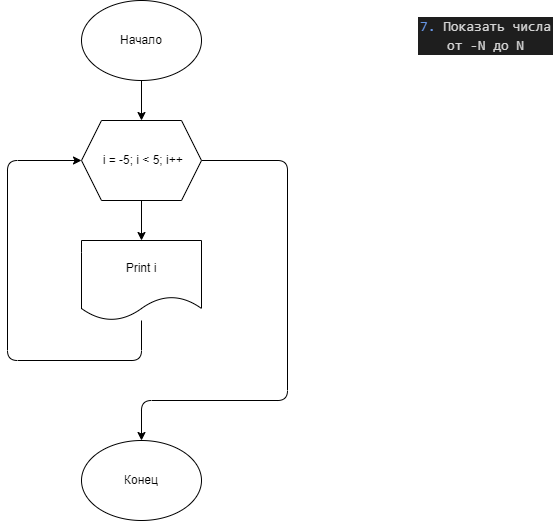
Earlier version of the draw.io export Tasks/Ex007/diagramma.drawio.png (dvmax1984/Csharp25022023). Source tidied: cells renumbered, new cells last; positions are measured from the earlier drawing's top-left corner, leaving out a move shared by most shapes.
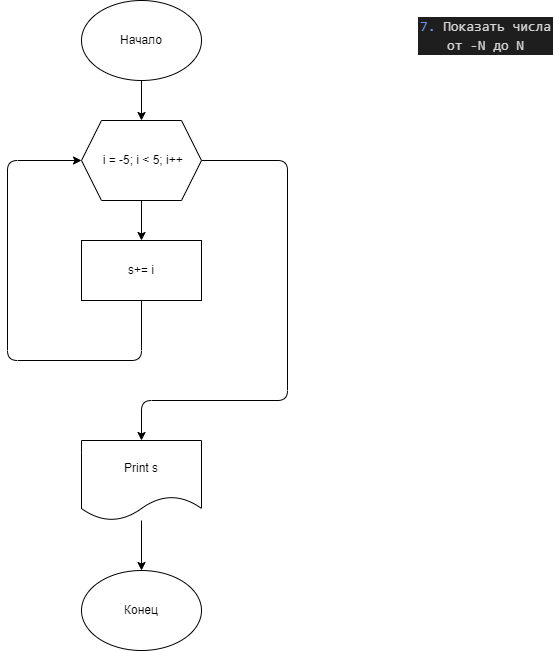
After the commit.

The edit, as a diff of the source:
```diff
@@ -11,35 +11,41 @@
     <mxCell id="4" value="Начало" style="ellipse;whiteSpace=wrap;html=1;" parent="1" vertex="1">
       <mxGeometry x="74" width="120" height="80" as="geometry" />
     </mxCell>
+    <mxCell id="11" style="edgeStyle=none;html=1;" parent="1" edge="1" source="7" target="6">
+      <mxGeometry relative="1" as="geometry" />
+    </mxCell>
-    <mxCell id="5" style="edgeStyle=orthogonalEdgeStyle;html=1;entryX=0.5;entryY=0;entryDx=0;entryDy=0;" parent="1" edge="1" source="7" target="9">
-      <mxGeometry relative="1" as="geometry" />
+    <mxCell id="5" style="edgeStyle=orthogonalEdgeStyle;html=1;exitX=1;exitY=0.5;exitDx=0;exitDy=0;entryX=0.5;entryY=0;entryDx=0;entryDy=0;" parent="1" edge="1" source="7" target="9">
+      <mxGeometry relative="1" as="geometry">
+        <Array as="points">
+          <mxPoint x="280" y="160" />
+          <mxPoint x="280" y="400" />
+          <mxPoint x="134" y="400" />
+        </Array>
+      </mxGeometry>
     </mxCell>
-    <mxCell id="6" style="edgeStyle=orthogonalEdgeStyle;html=1;exitX=1;exitY=0.5;exitDx=0;exitDy=0;entryX=0.5;entryY=0;entryDx=0;entryDy=0;" parent="1" edge="1" source="7" target="10">
-      <mxGeometry relative="1" as="geometry">
-        <Array as="points">
-          <mxPoint x="280" y="160" />
-          <mxPoint x="280" y="400" />
-          <mxPoint x="134" y="400" />
-        </Array>
-      </mxGeometry>
-    </mxCell>
     <mxCell id="7" value="&amp;nbsp;i = -5; i &amp;lt; 5; i++" style="shape=hexagon;perimeter=hexagonPerimeter2;whiteSpace=wrap;html=1;fixedSize=1;" parent="1" vertex="1">
       <mxGeometry x="74" y="120" width="120" height="80" as="geometry" />
     </mxCell>
-    <mxCell id="8" style="edgeStyle=orthogonalEdgeStyle;html=1;entryX=0;entryY=0.5;entryDx=0;entryDy=0;" parent="1" edge="1" source="9" target="7">
-      <mxGeometry relative="1" as="geometry">
-        <Array as="points">
-          <mxPoint x="134" y="360" />
-          <mxPoint y="360" />
-          <mxPoint y="160" />
-        </Array>
-      </mxGeometry>
-    </mxCell>
+    <mxCell id="12" style="edgeStyle=orthogonalEdgeStyle;html=1;" parent="1" edge="1" source="9" target="10">
+      <mxGeometry relative="1" as="geometry" />
+    </mxCell>
-    <mxCell id="9" value="Print i" style="shape=document;whiteSpace=wrap;html=1;boundedLbl=1;" parent="1" vertex="1">
-      <mxGeometry x="74" y="240" width="120" height="80" as="geometry" />
+    <mxCell id="9" value="Print s" style="shape=document;whiteSpace=wrap;html=1;boundedLbl=1;" parent="1" vertex="1">
+      <mxGeometry x="74" y="440" width="120" height="80" as="geometry" />
     </mxCell>
     <mxCell id="10" value="Конец" style="ellipse;whiteSpace=wrap;html=1;" parent="1" vertex="1">
-      <mxGeometry x="74" y="440" width="120" height="80" as="geometry" />
+      <mxGeometry x="74" y="570" width="120" height="80" as="geometry" />
     </mxCell>
+    <mxCell id="13" style="edgeStyle=orthogonalEdgeStyle;html=1;entryX=0;entryY=0.5;entryDx=0;entryDy=0;" parent="1" edge="1" source="6" target="7">
+      <mxGeometry relative="1" as="geometry">
+        <Array as="points">
+          <mxPoint x="134" y="360" />
+          <mxPoint y="360" />
+          <mxPoint y="160" />
+        </Array>
+      </mxGeometry>
+    </mxCell>
+    <mxCell id="6" value="s+= i" style="rounded=0;whiteSpace=wrap;html=1;" parent="1" vertex="1">
+      <mxGeometry x="74" y="240" width="120" height="60" as="geometry" />
+    </mxCell>
   </root>
 </mxGraphModel>
```
